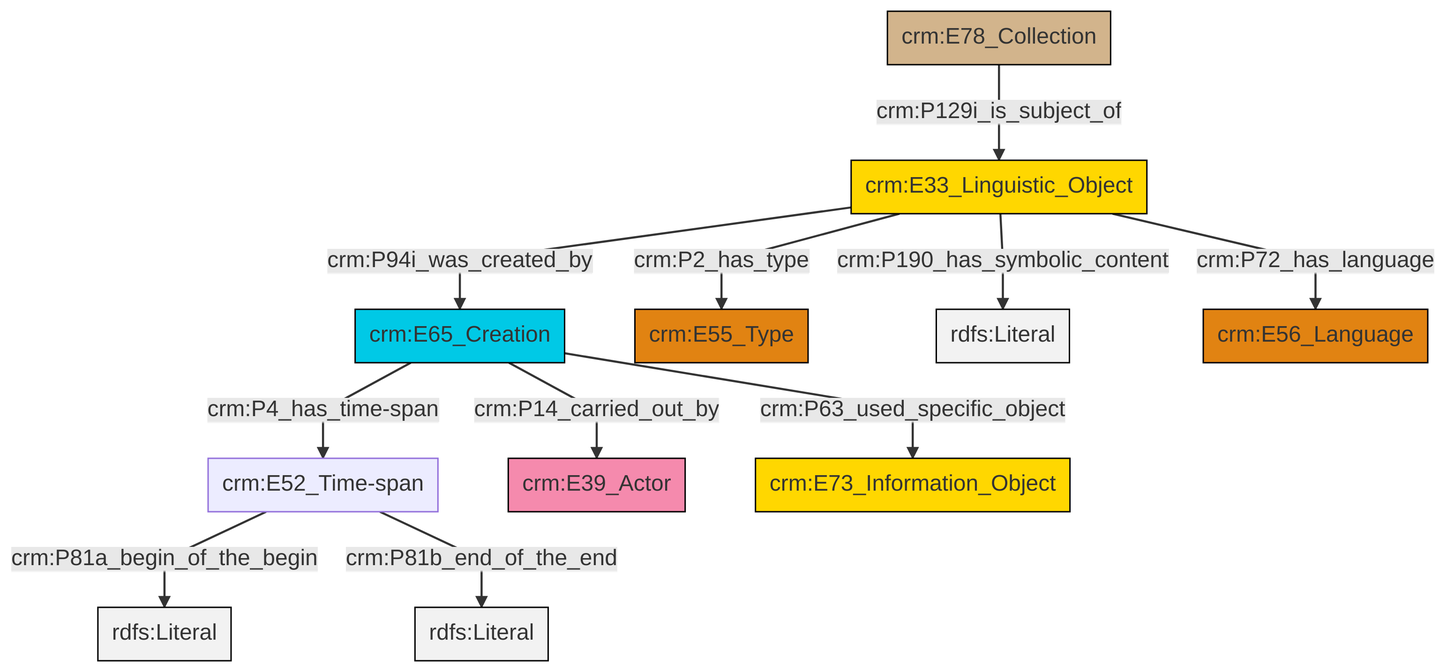
Before: et/archivalCSV/ttl/mmd/png/archival_desc.png, a diagram exported from Mermaid (swiss-art-research-net/docs.swissartresearch). Its source is kept beside it as et/archivalCSV/ttl/mmd/archival_desc.ttl.mmd.
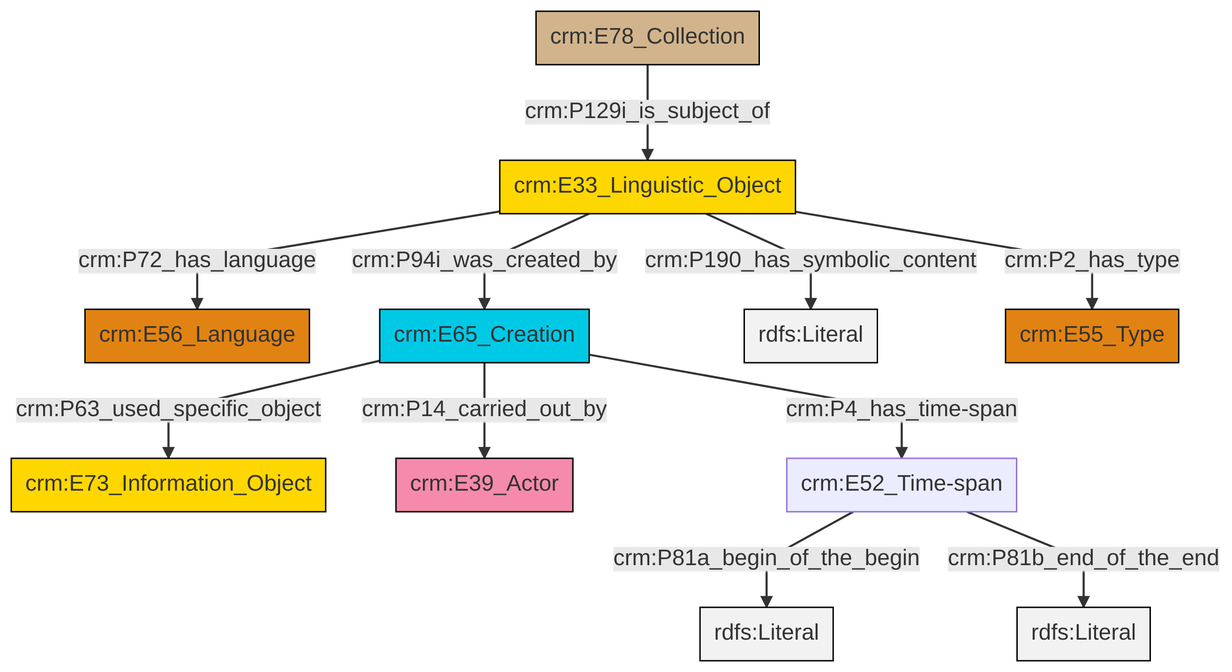
Later version of the same file.

Change to the diagram source:
```diff
@@ -13,13 +13,13 @@
 classDef PC_Classes fill:#4ce600, stroke:#000000;
 classDef Multi fill:#cccccc,stroke:#000000;
 
-2["crm:E52_Time-span"]:::Default -->|crm:P81a_begin_of_the_begin| 3[rdfs:Literal]:::Literal
-2["crm:E52_Time-span"]:::Default -->|crm:P81b_end_of_the_end| 6[rdfs:Literal]:::Literal
-0["crm:E65_Creation"]:::Temporal_Entity -->|crm:P63_used_specific_object| 9["crm:E73_Information_Object"]:::Conceptual_Object
-10["crm:E33_Linguistic_Object"]:::Conceptual_Object -->|crm:P190_has_symbolic_content| 11[rdfs:Literal]:::Literal
-0["crm:E65_Creation"]:::Temporal_Entity -->|crm:P14_carried_out_by| 4["crm:E39_Actor"]:::Actor
-0["crm:E65_Creation"]:::Temporal_Entity -->|crm:P4_has_time-span| 2["crm:E52_Time-span"]:::Default
-12["crm:E78_Collection"]:::Physical_Thing -->|crm:P129i_is_subject_of| 10["crm:E33_Linguistic_Object"]:::Conceptual_Object
-10["crm:E33_Linguistic_Object"]:::Conceptual_Object -->|crm:P72_has_language| 15["crm:E56_Language"]:::Type
-10["crm:E33_Linguistic_Object"]:::Conceptual_Object -->|crm:P2_has_type| 7["crm:E55_Type"]:::Type
-10["crm:E33_Linguistic_Object"]:::Conceptual_Object -->|crm:P94i_was_created_by| 0["crm:E65_Creation"]:::Temporal_Entity
+0["crm:E33_Linguistic_Object"]:::Conceptual_Object -->|crm:P72_has_language| 1["crm:E56_Language"]:::Type
+2["crm:E65_Creation"]:::Temporal_Entity -->|crm:P63_used_specific_object| 4["crm:E73_Information_Object"]:::Conceptual_Object
+0["crm:E33_Linguistic_Object"]:::Conceptual_Object -->|crm:P190_has_symbolic_content| 9[rdfs:Literal]:::Literal
+0["crm:E33_Linguistic_Object"]:::Conceptual_Object -->|crm:P2_has_type| 10["crm:E55_Type"]:::Type
+11["crm:E78_Collection"]:::Physical_Thing -->|crm:P129i_is_subject_of| 0["crm:E33_Linguistic_Object"]:::Conceptual_Object
+0["crm:E33_Linguistic_Object"]:::Conceptual_Object -->|crm:P94i_was_created_by| 2["crm:E65_Creation"]:::Temporal_Entity
+2["crm:E65_Creation"]:::Temporal_Entity -->|crm:P14_carried_out_by| 7["crm:E39_Actor"]:::Actor
+2["crm:E65_Creation"]:::Temporal_Entity -->|crm:P4_has_time-span| 13["crm:E52_Time-span"]:::Default
+13["crm:E52_Time-span"]:::Default -->|crm:P81a_begin_of_the_begin| 16[rdfs:Literal]:::Literal
+13["crm:E52_Time-span"]:::Default -->|crm:P81b_end_of_the_end| 17[rdfs:Literal]:::Literal
```
